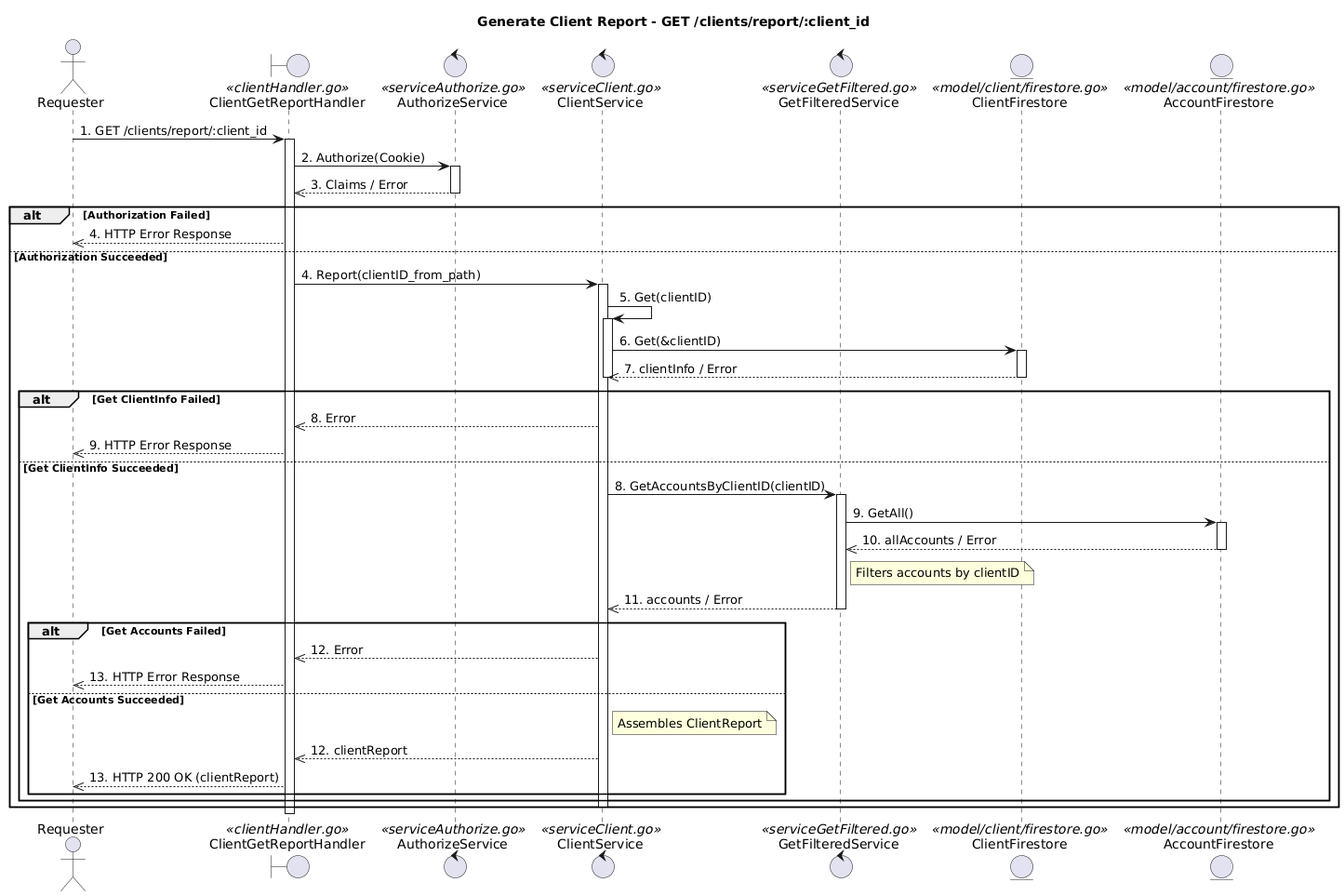
Earlier version of the PlantUML export docs/Report/SequenciaReportByClient.png (JulioKobayashiEbury/BankingAPI).
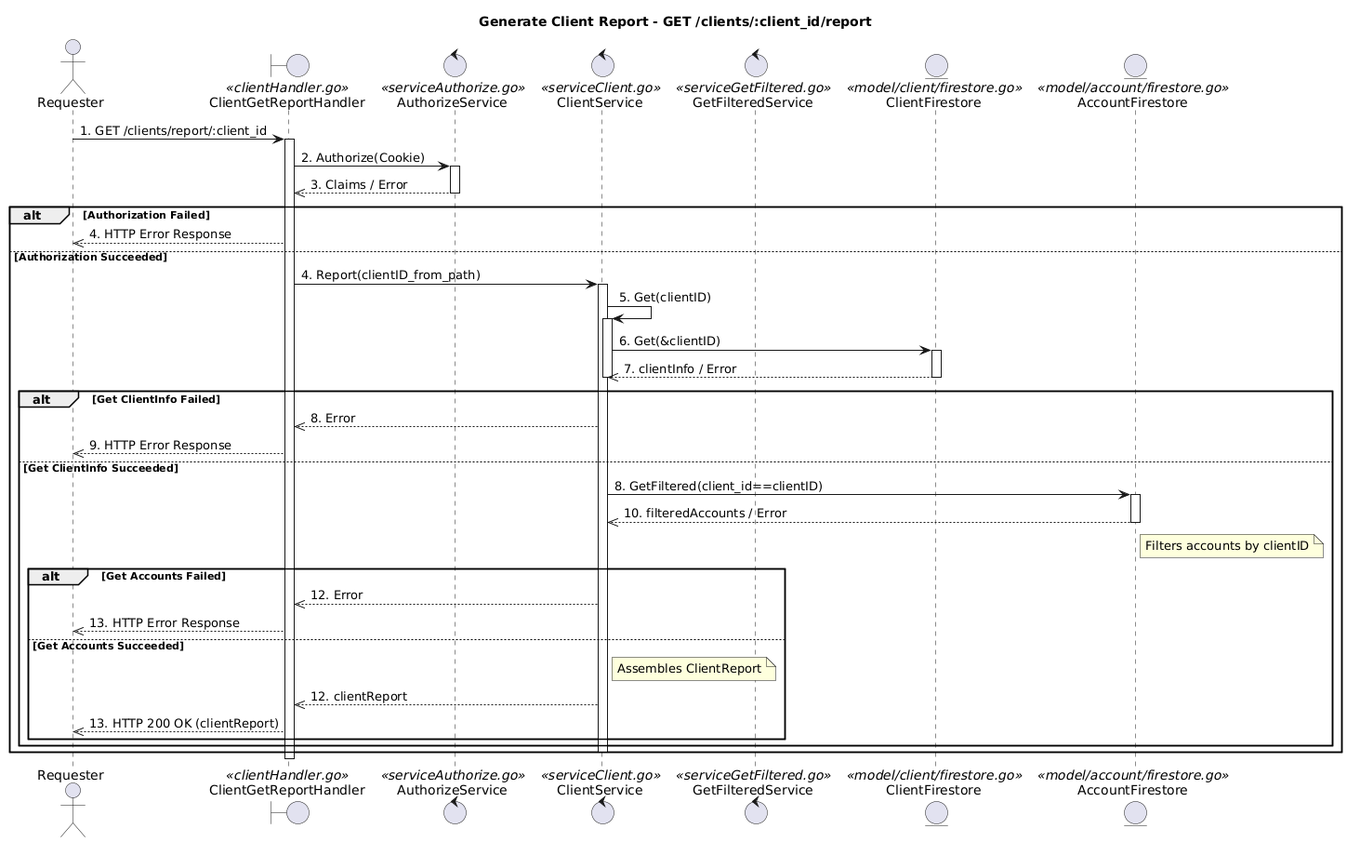
Later version of the same file.

Commit message:
[BankingAPI][v1.2.4]     - Update report sequence diagrams to PlantUML format

Diff of the diagram source:
```diff
@@ -1,5 +1,5 @@
 @startuml
-title Generate Client Report - GET /clients/report/:client_id
+title Generate Client Report - GET /clients/:client_id/report
 
 actor Requester
 boundary ClientGetReportHandler <<clientHandler.go>>
@@ -35,15 +35,11 @@
         ClientService -->> ClientGetReportHandler : 8. Error
         ClientGetReportHandler -->> Requester : 9. HTTP Error Response
     else Get ClientInfo Succeeded
-        ClientService -> GetFilteredService : 8. GetAccountsByClientID(clientID)
-        activate GetFilteredService
-        GetFilteredService -> AccountFirestore : 9. GetAll()
+        ClientService -> AccountFirestore : 8. GetFiltered(client_id==clientID)
         activate AccountFirestore
-        AccountFirestore -->> GetFilteredService : 10. allAccounts / Error
+        AccountFirestore -->> ClientService : 10. filteredAccounts / Error
         deactivate AccountFirestore
-        note right of GetFilteredService : Filters accounts by clientID
-        GetFilteredService -->> ClientService : 11. accounts / Error
-        deactivate GetFilteredService
+        note right of AccountFirestore : Filters accounts by clientID
 
         alt Get Accounts Failed
             ClientService -->> ClientGetReportHandler : 12. Error
```
